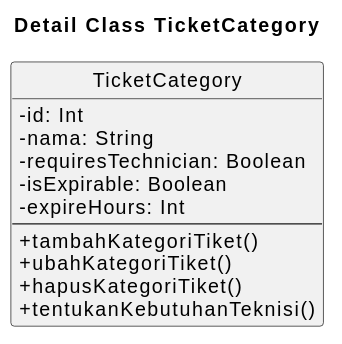
This is docs/plantuml/detail-classes/detail-class-ticket-category.svg from janbu12/nemafi-be, a PlantUML export, as it was before one commit.
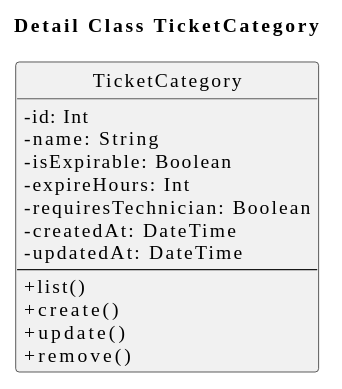
The same diagram one commit later.

The edit, as a diff of the source:
```diff
@@ -2,18 +2,22 @@
 title Detail Class TicketCategory
 
 skinparam classAttributeIconSize 0
+skinparam shadowing false
+skinparam defaultFontName "Times New Roman"
 hide circle
 
 class TicketCategory {
   - id: Int
-  - nama: String
-  - requiresTechnician: Boolean
+  - name: String
   - isExpirable: Boolean
   - expireHours: Int
+  - requiresTechnician: Boolean
+  - createdAt: DateTime
+  - updatedAt: DateTime
   --
-  + tambahKategoriTiket()
-  + ubahKategoriTiket()
-  + hapusKategoriTiket()
-  + tentukanKebutuhanTeknisi()
+  + list()
+  + create()
+  + update()
+  + remove()
 }
 @enduml
```
